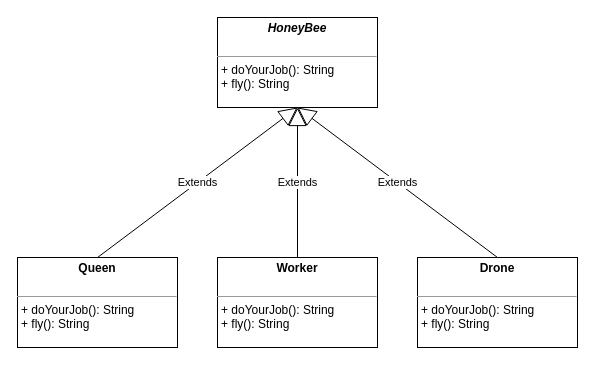
XX4-OOP-archive/07a_Abstract_HoneyBee keeps this draw.io diagram as page "HoneyBee_Abstract" (2 of 3) of honeybee.drawio. Above is the earlier version. Source tidied: cells renumbered, new cells numbered last; positions are measured from the earlier drawing's top-left corner, leaving out a move shared by most shapes. Both pictures are drawn from the tidied source at 100%, with x=0, y=0 at pixel (17, 17).
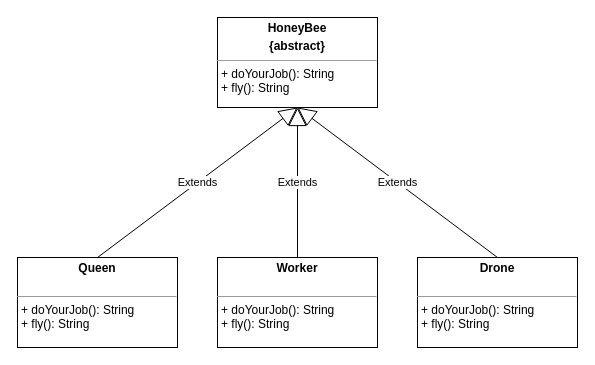
The same page after the edit.

Diff of the diagram source:
```diff
@@
 <mxGraphModel>
   <root>
     <mxCell id="0" />
     <mxCell id="1" parent="0" />
-    <mxCell id="2" value="&lt;p style=&quot;margin: 0px ; margin-top: 4px ; text-align: center&quot;&gt;&lt;b&gt;&lt;i&gt;HoneyBee&lt;/i&gt;&lt;/b&gt;&lt;/p&gt;&lt;p style=&quot;margin: 0px ; margin-left: 4px&quot;&gt;&lt;br&gt;&lt;/p&gt;&lt;hr size=&quot;1&quot;&gt;&lt;p style=&quot;margin: 0px ; margin-left: 4px&quot;&gt;+ doYourJob(): String&lt;/p&gt;&lt;p style=&quot;margin: 0px ; margin-left: 4px&quot;&gt;+ fly(): String&lt;/p&gt;" style="verticalAlign=top;align=left;overflow=fill;fontSize=12;fontFamily=Helvetica;html=1;" parent="1" vertex="1">
+    <mxCell id="2" value="&lt;p style=&quot;margin: 0px ; margin-top: 4px ; text-align: center&quot;&gt;&lt;b&gt;HoneyBee&lt;/b&gt;&lt;/p&gt;&lt;p style=&quot;margin: 0px ; margin-top: 4px ; text-align: center&quot;&gt;&lt;b&gt;{abstract}&lt;/b&gt;&lt;/p&gt;&lt;hr size=&quot;1&quot;&gt;&lt;p style=&quot;margin: 0px ; margin-left: 4px&quot;&gt;+ doYourJob(): String&lt;/p&gt;&lt;p style=&quot;margin: 0px ; margin-left: 4px&quot;&gt;+ fly(): String&lt;/p&gt;" style="verticalAlign=top;align=left;overflow=fill;fontSize=12;fontFamily=Helvetica;html=1;" parent="1" vertex="1">
       <mxGeometry x="200" width="160" height="90" as="geometry" />
     </mxCell>
     <mxCell id="3" value="&lt;p style=&quot;margin: 0px ; margin-top: 4px ; text-align: center&quot;&gt;&lt;b&gt;Queen&lt;/b&gt;&lt;/p&gt;&lt;p style=&quot;margin: 0px ; margin-left: 4px&quot;&gt;&lt;br&gt;&lt;/p&gt;&lt;hr size=&quot;1&quot;&gt;&lt;p style=&quot;margin: 0px ; margin-left: 4px&quot;&gt;+ doYourJob(): String&lt;br&gt;&lt;/p&gt;&lt;p style=&quot;margin: 0px ; margin-left: 4px&quot;&gt;+ fly(): String&lt;br&gt;&lt;/p&gt;" style="verticalAlign=top;align=left;overflow=fill;fontSize=12;fontFamily=Helvetica;html=1;" parent="1" vertex="1">
       <mxGeometry y="240" width="160" height="90" as="geometry" />
     </mxCell>
     <mxCell id="4" value="Extends" style="endArrow=block;endSize=16;endFill=0;html=1;exitX=0.5;exitY=0;exitDx=0;exitDy=0;entryX=0.5;entryY=1;entryDx=0;entryDy=0;" parent="1" edge="1" source="3" target="2">
       <mxGeometry relative="1" as="geometry" />
     </mxCell>
     <mxCell id="5" value="&lt;p style=&quot;margin: 0px ; margin-top: 4px ; text-align: center&quot;&gt;&lt;b&gt;Worker&lt;/b&gt;&lt;/p&gt;&lt;p style=&quot;margin: 0px ; margin-left: 4px&quot;&gt;&lt;br&gt;&lt;/p&gt;&lt;hr size=&quot;1&quot;&gt;&lt;p style=&quot;margin: 0px ; margin-left: 4px&quot;&gt;+ doYourJob(): String&lt;br&gt;&lt;/p&gt;&lt;p style=&quot;margin: 0px ; margin-left: 4px&quot;&gt;+ fly(): String&lt;br&gt;&lt;/p&gt;" style="verticalAlign=top;align=left;overflow=fill;fontSize=12;fontFamily=Helvetica;html=1;" parent="1" vertex="1">
       <mxGeometry x="200" y="240" width="160" height="90" as="geometry" />
     </mxCell>
     <mxCell id="6" value="&lt;p style=&quot;margin: 0px ; margin-top: 4px ; text-align: center&quot;&gt;&lt;b&gt;Drone&lt;/b&gt;&lt;/p&gt;&lt;p style=&quot;margin: 0px ; margin-left: 4px&quot;&gt;&lt;br&gt;&lt;/p&gt;&lt;hr size=&quot;1&quot;&gt;&lt;p style=&quot;margin: 0px ; margin-left: 4px&quot;&gt;+ doYourJob(): String&lt;br&gt;&lt;/p&gt;&lt;p style=&quot;margin: 0px ; margin-left: 4px&quot;&gt;+ fly(): String&lt;br&gt;&lt;/p&gt;" style="verticalAlign=top;align=left;overflow=fill;fontSize=12;fontFamily=Helvetica;html=1;" parent="1" vertex="1">
       <mxGeometry x="400" y="240" width="160" height="90" as="geometry" />
     </mxCell>
     <mxCell id="7" value="Extends" style="endArrow=block;endSize=16;endFill=0;html=1;exitX=0.5;exitY=0;exitDx=0;exitDy=0;entryX=0.5;entryY=1;entryDx=0;entryDy=0;" parent="1" edge="1" source="5" target="2">
       <mxGeometry relative="1" as="geometry" />
     </mxCell>
     <mxCell id="8" value="Extends" style="endArrow=block;endSize=16;endFill=0;html=1;exitX=0.5;exitY=0;exitDx=0;exitDy=0;entryX=0.5;entryY=1;entryDx=0;entryDy=0;" parent="1" edge="1" source="6" target="2">
       <mxGeometry relative="1" as="geometry" />
     </mxCell>
   </root>
 </mxGraphModel>
```
